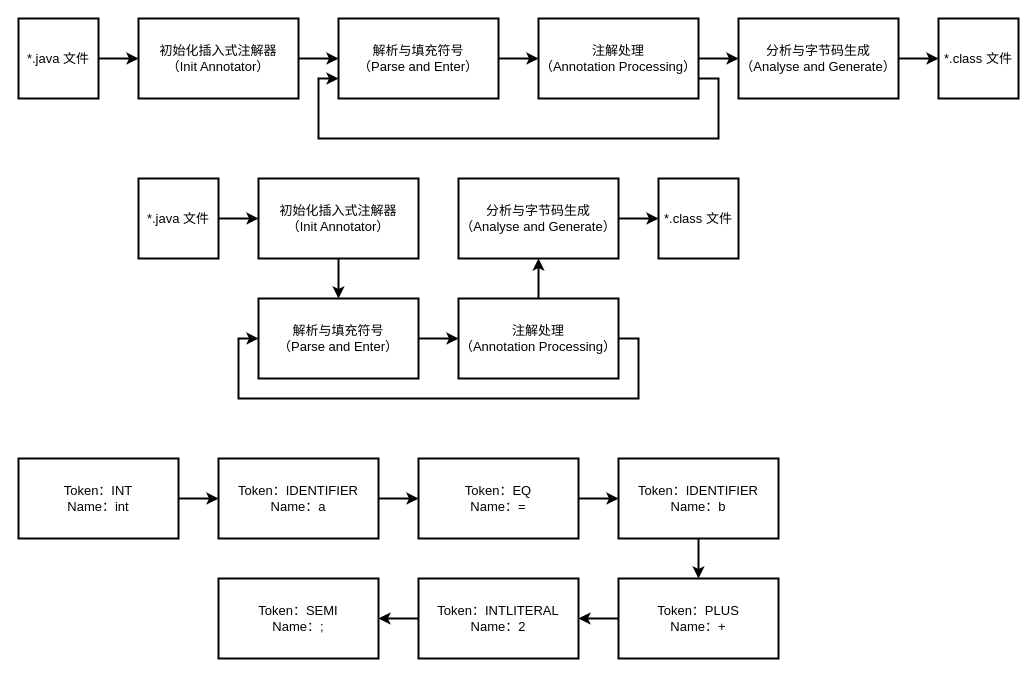
Earlier version of the draw.io diagram javac 的编译过程/javac 的编译过程.drawio (zero-97/picture-of-the-article). Source tidied: cells renumbered, new cells numbered last; positions are measured from the earlier drawing's top-left corner, leaving out a move shared by most shapes. Both pictures are drawn from the tidied source at 100%, with x=0, y=0 at pixel (18, 18).
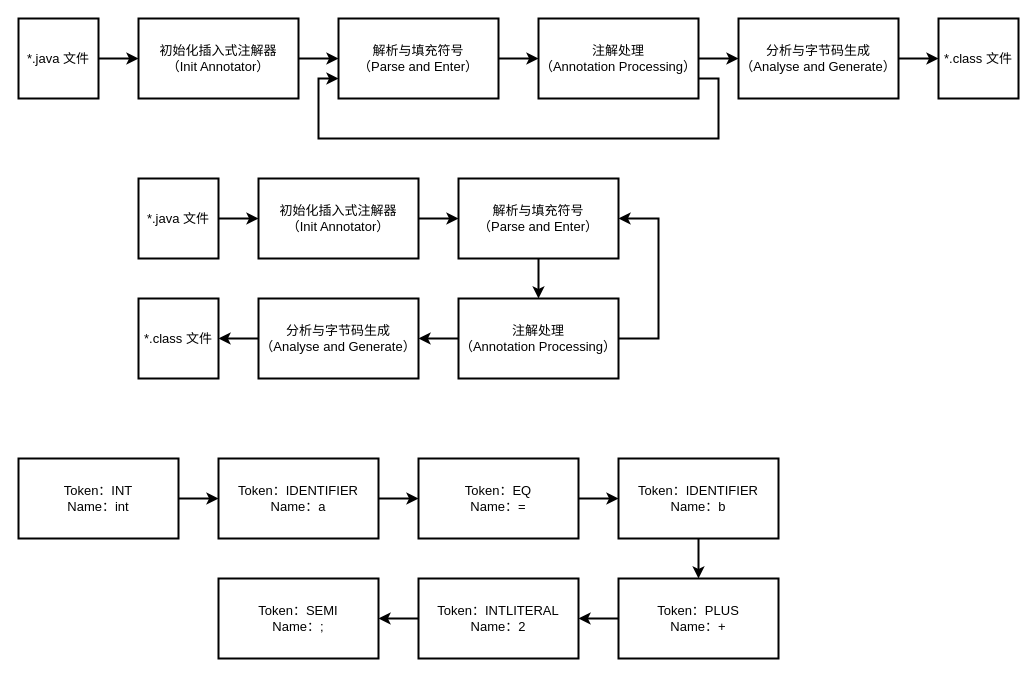
Above is the later version.

Commit message:
Update javac 的编译过程.drawio

Unchanged cells that the change refers to:
```xml
<mxCell id="22" value="注解处理&lt;br style=&quot;font-size: 13px;&quot;&gt;（Annotation Processing）" style="rounded=0;whiteSpace=wrap;html=1;fontSize=13;strokeWidth=2;" parent="1" vertex="1">
  <mxGeometry x="440" y="280" width="160" height="80" as="geometry" />
</mxCell>
```

The edit, as a diff of the source:
```diff
@@
     <mxCell id="19" value="解析与填充符号&lt;br style=&quot;font-size: 13px;&quot;&gt;（Parse and Enter）" style="rounded=0;whiteSpace=wrap;html=1;fontSize=13;strokeWidth=2;" parent="1" vertex="1">
-      <mxGeometry x="240" y="280" width="160" height="80" as="geometry" />
+      <mxGeometry x="440" y="160" width="160" height="80" as="geometry" />
     </mxCell>
@@
-    <mxCell id="21" style="edgeStyle=orthogonalEdgeStyle;rounded=0;jettySize=auto;html=1;entryX=0;entryY=0.5;entryDx=0;entryDy=0;fontSize=13;strokeWidth=2;" parent="1" edge="1" source="22" target="19">
+    <mxCell id="21" style="edgeStyle=orthogonalEdgeStyle;rounded=0;jettySize=auto;html=1;entryX=1;entryY=0.5;entryDx=0;entryDy=0;fontSize=13;strokeWidth=2;exitX=1;exitY=0.5;exitDx=0;exitDy=0;" parent="1" edge="1" source="22" target="19">
       <mxGeometry relative="1" as="geometry">
         <Array as="points">
-          <mxPoint x="620" y="320" />
-          <mxPoint x="620" y="380" />
-          <mxPoint x="220" y="380" />
-          <mxPoint x="220" y="320" />
+          <mxPoint x="640" y="320" />
+          <mxPoint x="640" y="200" />
         </Array>
       </mxGeometry>
     </mxCell>
@@
     <mxCell id="24" value="分析与字节码生成&lt;br style=&quot;font-size: 13px;&quot;&gt;（Analyse and Generate）" style="rounded=0;whiteSpace=wrap;html=1;fontSize=13;strokeWidth=2;" parent="1" vertex="1">
-      <mxGeometry x="440" y="160" width="160" height="80" as="geometry" />
+      <mxGeometry x="240" y="280" width="160" height="80" as="geometry" />
     </mxCell>
     <mxCell id="25" value="*.class 文件" style="rounded=0;whiteSpace=wrap;html=1;fontSize=13;strokeWidth=2;" parent="1" vertex="1">
-      <mxGeometry x="640" y="160" width="80" height="80" as="geometry" />
+      <mxGeometry x="120" y="280" width="80" height="80" as="geometry" />
     </mxCell>
```
